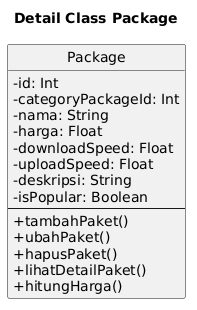
This is docs/plantuml/detail-classes/detail-class-package.png from janbu12/nemafi-be, a PlantUML export, as it was before one commit. Its diagram source:
```plantuml
@startuml
title Detail Class Package

skinparam classAttributeIconSize 0
hide circle

class "Package" as InternetPackage {
  - id: Int
  - categoryPackageId: Int
  - nama: String
  - harga: Float
  - downloadSpeed: Float
  - uploadSpeed: Float
  - deskripsi: String
  - isPopular: Boolean
  --
  + tambahPaket()
  + ubahPaket()
  + hapusPaket()
  + lihatDetailPaket()
  + hitungHarga()
}
@enduml
```
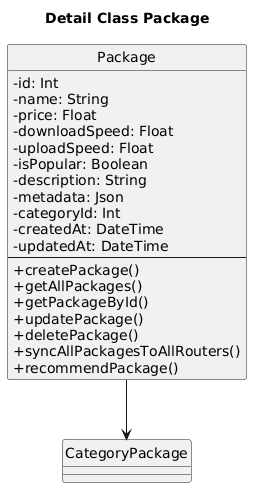
After the commit.

Diff of the diagram source:
```diff
@@ -2,22 +2,31 @@
 title Detail Class Package
 
 skinparam classAttributeIconSize 0
+skinparam shadowing false
+skinparam defaultFontName "Times New Roman"
 hide circle
 
-class "Package" as InternetPackage {
+class Package {
   - id: Int
-  - categoryPackageId: Int
-  - nama: String
-  - harga: Float
+  - name: String
+  - price: Float
   - downloadSpeed: Float
   - uploadSpeed: Float
-  - deskripsi: String
   - isPopular: Boolean
+  - description: String
+  - metadata: Json
+  - categoryId: Int
+  - createdAt: DateTime
+  - updatedAt: DateTime
   --
-  + tambahPaket()
-  + ubahPaket()
-  + hapusPaket()
-  + lihatDetailPaket()
-  + hitungHarga()
+  + createPackage()
+  + getAllPackages()
+  + getPackageById()
+  + updatePackage()
+  + deletePackage()
+  + syncAllPackagesToAllRouters()
+  + recommendPackage()
 }
+
+Package --> CategoryPackage
 @enduml
```
